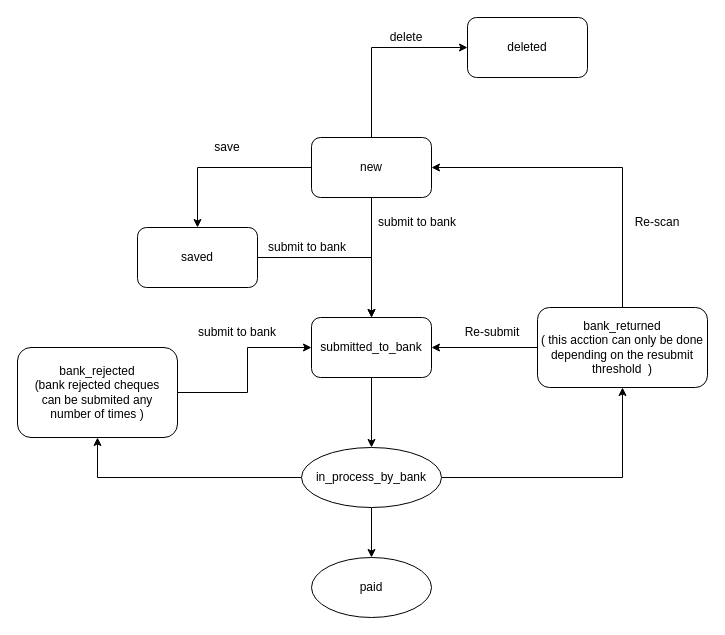
SyamuNani/maps keeps this draw.io diagram as page "Self-auth" (2 of 2) of Untitled Diagram.drawio. Above is the earlier version. Source tidied: cells renumbered, new cells numbered last; positions are measured from the earlier drawing's top-left corner, leaving out a move shared by most shapes. Both pictures are drawn from the tidied source at 100%, with x=0, y=0 at pixel (17, 17).
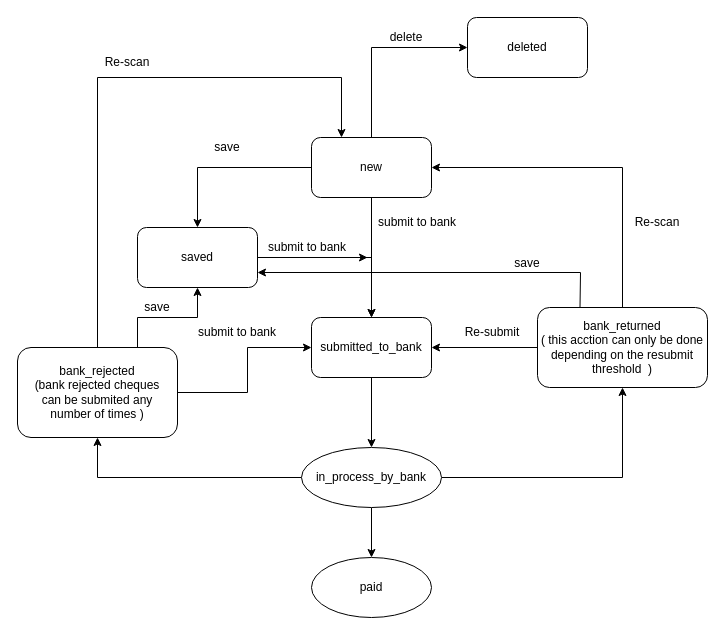
After the change.

Unchanged cells that the change refers to:
```xml
<mxCell id="5" value="new" style="rounded=1;whiteSpace=wrap;html=1;" parent="1" vertex="1">
  <mxGeometry x="294" y="120" width="120" height="60" as="geometry" />
</mxCell>
<mxCell id="7" value="saved" style="rounded=1;whiteSpace=wrap;html=1;" parent="1" vertex="1">
  <mxGeometry x="120" y="210" width="120" height="60" as="geometry" />
</mxCell>
<mxCell id="14" value="bank_returned&lt;br&gt;( this acction can only be done depending on the resubmit threshold&amp;nbsp; )" style="rounded=1;whiteSpace=wrap;html=1;" parent="1" vertex="1">
  <mxGeometry x="520" y="290" width="170" height="80" as="geometry" />
</mxCell>
<mxCell id="23" value="submit to bank" style="text;html=1;strokeColor=none;fillColor=none;align=center;verticalAlign=middle;whiteSpace=wrap;rounded=0;" parent="1" vertex="1">
  <mxGeometry x="240" y="220" width="100" height="20" as="geometry" />
</mxCell>
<mxCell id="26" value="bank_rejected&lt;br&gt;(bank rejected cheques &lt;br&gt;can be submited any &lt;br&gt;number of times )" style="rounded=1;whiteSpace=wrap;html=1;" parent="1" vertex="1">
  <mxGeometry y="330" width="160" height="90" as="geometry" />
</mxCell>
```

Change to the diagram source:
```diff
@@
+    <mxCell id="28" style="edgeStyle=none;rounded=0;html=1;exitX=0.25;exitY=0;exitDx=0;exitDy=0;entryX=1;entryY=0.75;entryDx=0;entryDy=0;" parent="1" edge="1" source="14" target="7">
+      <mxGeometry relative="1" as="geometry">
+        <Array as="points">
+          <mxPoint x="563" y="255" />
+        </Array>
+      </mxGeometry>
+    </mxCell>
@@
+    <mxCell id="29" style="edgeStyle=none;rounded=0;html=1;exitX=0;exitY=1;exitDx=0;exitDy=0;" parent="1" edge="1" source="23">
+      <mxGeometry relative="1" as="geometry">
+        <mxPoint x="350" y="240" as="targetPoint" />
+      </mxGeometry>
+    </mxCell>
@@
+    <mxCell id="30" style="edgeStyle=none;rounded=0;html=1;entryX=0.25;entryY=0;entryDx=0;entryDy=0;" parent="1" edge="1" source="26" target="5">
+      <mxGeometry relative="1" as="geometry">
+        <Array as="points">
+          <mxPoint x="80" y="60" />
+          <mxPoint x="324" y="60" />
+        </Array>
+      </mxGeometry>
+    </mxCell>
+    <mxCell id="31" style="edgeStyle=none;rounded=0;html=1;exitX=0.75;exitY=0;exitDx=0;exitDy=0;entryX=0.5;entryY=1;entryDx=0;entryDy=0;" parent="1" edge="1" source="26" target="7">
+      <mxGeometry relative="1" as="geometry">
+        <Array as="points">
+          <mxPoint x="120" y="300" />
+          <mxPoint x="180" y="300" />
+        </Array>
+      </mxGeometry>
+    </mxCell>
@@
+    <mxCell id="32" value="Re-scan" style="text;html=1;strokeColor=none;fillColor=none;align=center;verticalAlign=middle;whiteSpace=wrap;rounded=0;rotation=0;" parent="1" vertex="1">
+      <mxGeometry x="80" y="30" width="60" height="30" as="geometry" />
+    </mxCell>
+    <mxCell id="33" value="save" style="text;html=1;strokeColor=none;fillColor=none;align=center;verticalAlign=middle;whiteSpace=wrap;rounded=0;" parent="1" vertex="1">
+      <mxGeometry x="120" y="280" width="40" height="20" as="geometry" />
+    </mxCell>
+    <mxCell id="34" value="save" style="text;html=1;strokeColor=none;fillColor=none;align=center;verticalAlign=middle;whiteSpace=wrap;rounded=0;" parent="1" vertex="1">
+      <mxGeometry x="490" y="236" width="40" height="20" as="geometry" />
+    </mxCell>
```
